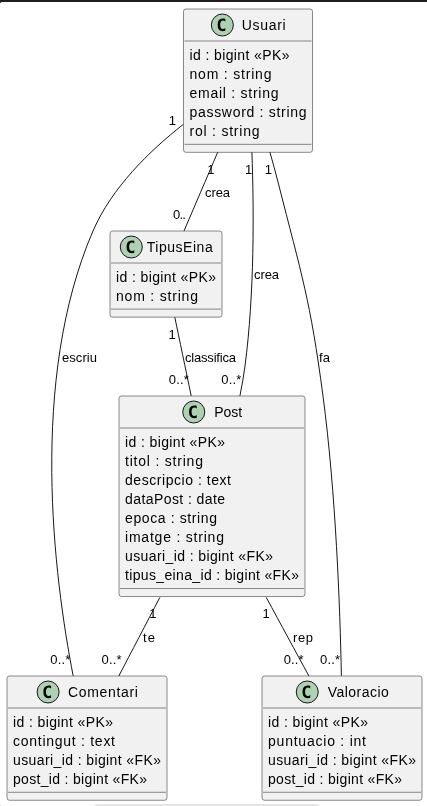
Before: docs/03_model-dades.png, a diagram exported from PlantUML (agarcia-icv/projecte-final). Its source is kept beside it as docs/03_model-dades.puml.
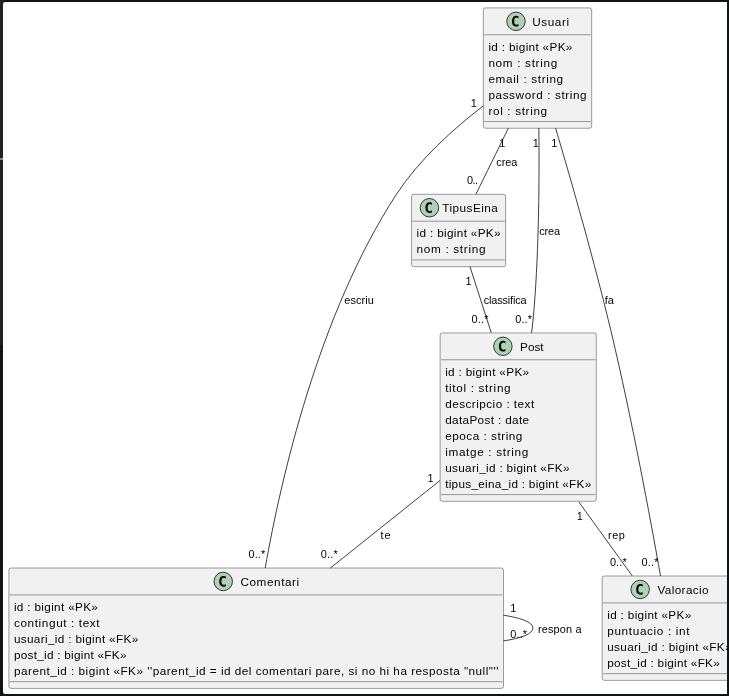
After the change.

Change to the diagram source:
```diff
@@ -18,13 +18,14 @@
   usuari_id : bigint <<FK>>
   tipus_eina_id : bigint <<FK>>
 }
-
 class Comentari {
   id : bigint <<PK>>
   contingut : text
   usuari_id : bigint <<FK>>
   post_id : bigint <<FK>>
+  parent_id : bigint <<FK>>  ''parent_id = id del comentari pare, si no hi ha resposta "null"''
 }
+
 
 class Valoracio {
   id : bigint <<PK>>
@@ -44,6 +45,7 @@
 Usuari "1" -- "0.." TipusEina : crea
 Post "1" -- "0..*" Comentari : te
 Post "1" -- "0..*" Valoracio : rep
+Comentari "1" -- "0..*" Comentari : respon a
 
 TipusEina "1" -- "0..*" Post : classifica
 
```
